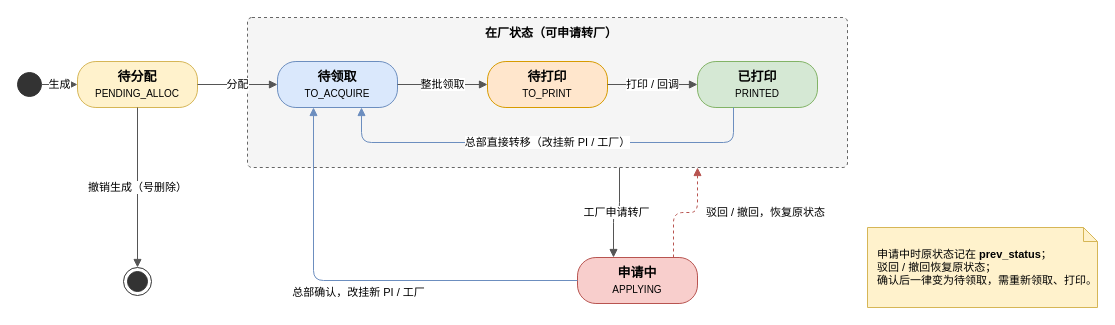
Before: docs/images/系统技术方案/fig2-4-sn-state.drawio in Createsnow/sn-center, a draw.io diagram. Source tidied: cells renumbered, new cells numbered last; positions are measured from the earlier drawing's top-left corner, leaving out a move shared by most shapes. Both pictures are drawn from the tidied source at 100%, with x=0, y=0 at pixel (17, 17).
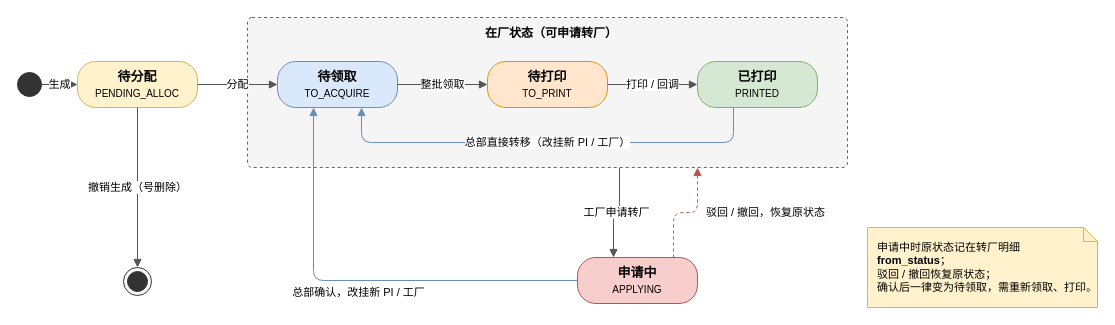
After the change.

The edit, as a diff of the source:
```diff
@@
-    <mxCell id="17" value="申请中时原状态记在 &lt;b&gt;prev_status&lt;/b&gt;；&lt;br&gt;驳回 / 撤回恢复原状态；&lt;br&gt;确认后一律变为待领取，需重新领取、打印。" style="shape=note;whiteSpace=wrap;html=1;size=14;fillColor=#fff2cc;strokeColor=#d6b656;fontSize=11;align=left;spacingLeft=8;fontFamily=Microsoft YaHei,PingFang SC,Helvetica,Arial,WenQuanYi Zen Hei,sans-serif;" parent="1" vertex="1">
+    <mxCell id="17" value="申请中时原状态记在转厂明细 &lt;b&gt;from_status&lt;/b&gt;；&lt;br&gt;驳回 / 撤回恢复原状态；&lt;br&gt;确认后一律变为待领取，需重新领取、打印。" style="shape=note;whiteSpace=wrap;html=1;size=14;fillColor=#fff2cc;strokeColor=#d6b656;fontSize=11;align=left;spacingLeft=8;fontFamily=Microsoft YaHei,PingFang SC,Helvetica,Arial,WenQuanYi Zen Hei,sans-serif;" parent="1" vertex="1">
       <mxGeometry x="850" y="210" width="230" height="80" as="geometry" />
     </mxCell>
```
